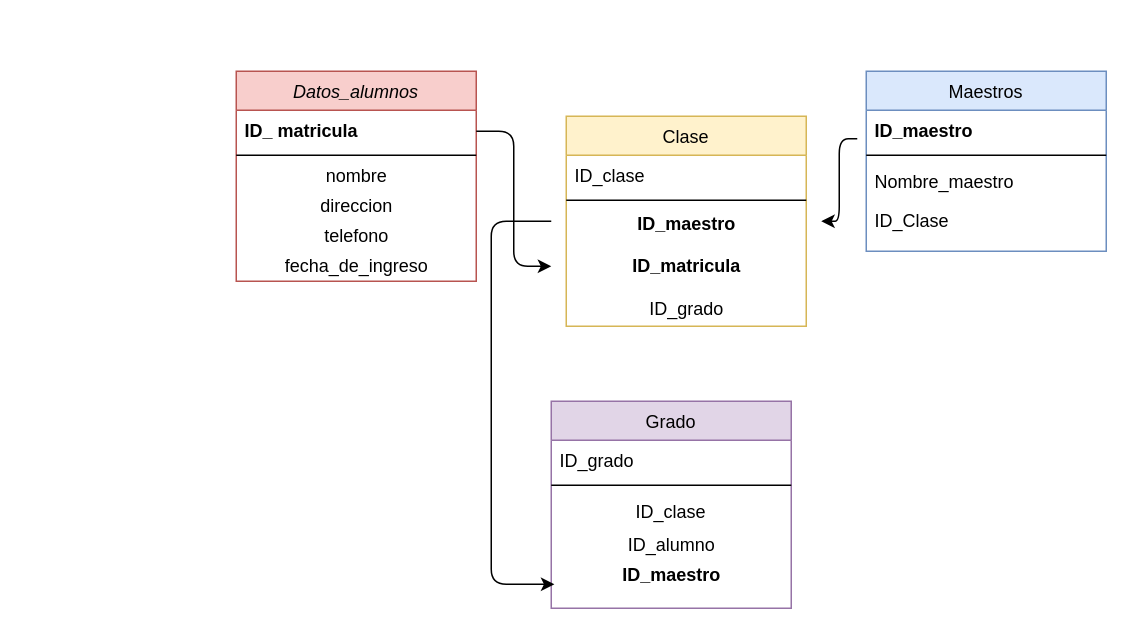
Before: Ham-School.drawio in Ham-School/-event_up-mer, a draw.io diagram. Source tidied: cells renumbered, new cells numbered last; positions are measured from the earlier drawing's top-left corner, leaving out a move shared by most shapes. Both pictures are drawn from the tidied source at 150%, with x=0, y=0 at pixel (236, 70).
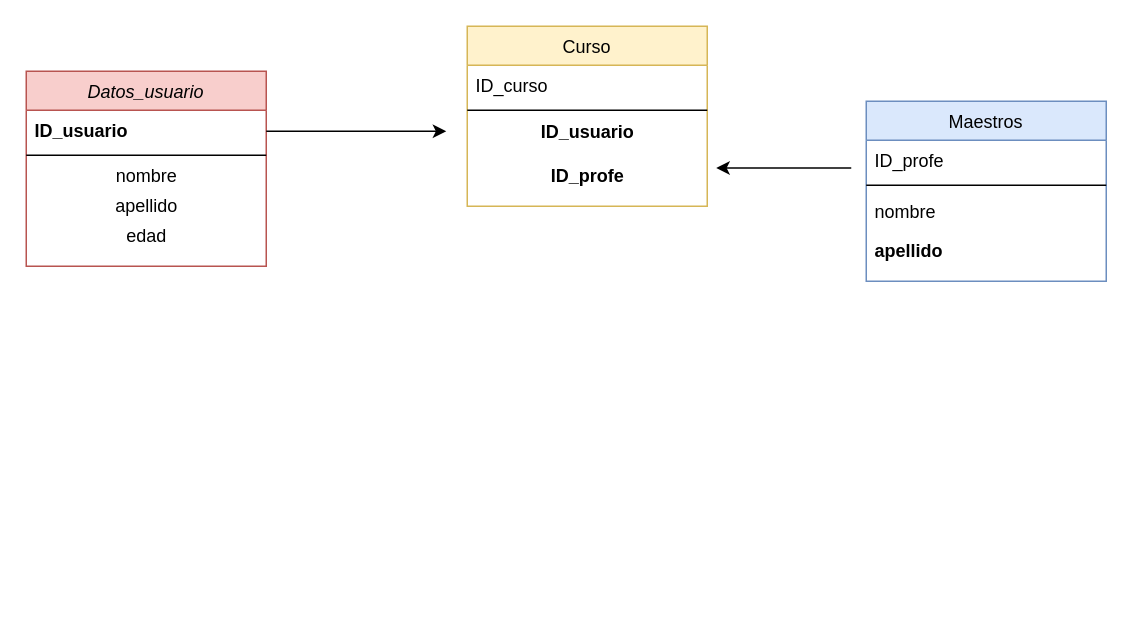
The same diagram, later.

The edit, as a diff of the source:
```diff
@@
-    <mxCell id="2" value="Datos_alumnos" style="swimlane;fontStyle=2;align=center;verticalAlign=top;horizontal=1;startSize=26;rounded=0;shadow=0;strokeWidth=1;fillColor=#f8cecc;strokeColor=#b85450;" parent="1" vertex="1">
-      <mxGeometry width="160" height="140" as="geometry" />
+    <mxCell id="2" value="Datos_usuario" style="swimlane;fontStyle=2;align=center;verticalAlign=top;horizontal=1;startSize=26;rounded=0;shadow=0;strokeWidth=1;fillColor=#f8cecc;strokeColor=#b85450;" parent="1" vertex="1">
+      <mxGeometry x="-140" width="160" height="130" as="geometry" />
     </mxCell>
-    <mxCell id="3" value="ID_ matricula" style="text;align=left;verticalAlign=top;spacingLeft=4;spacingRight=4;overflow=hidden;fontStyle=1;" parent="2" vertex="1">
+    <mxCell id="3" value="ID_usuario" style="text;align=left;verticalAlign=top;spacingLeft=4;spacingRight=4;overflow=hidden;fontStyle=1;" parent="2" vertex="1">
       <mxGeometry y="26" width="160" height="26" as="geometry" />
     </mxCell>
@@
-    <mxCell id="6" value="direccion" style="text;html=1;align=center;verticalAlign=middle;" parent="2" vertex="1">
-      <mxGeometry y="80" width="160" height="20" as="geometry" />
-    </mxCell>
-    <mxCell id="7" value="telefono" style="text;html=1;align=center;verticalAlign=middle;" parent="2" vertex="1">
-      <mxGeometry y="100" width="160" height="20" as="geometry" />
+    <mxCell id="7" value="apellido" style="text;html=1;align=center;verticalAlign=middle;" parent="2" vertex="1">
+      <mxGeometry y="80" width="160" height="20" as="geometry" />
     </mxCell>
-    <mxCell id="8" value="fecha_de_ingreso" style="text;html=1;align=center;verticalAlign=middle;" parent="2" vertex="1">
-      <mxGeometry y="120" width="160" height="20" as="geometry" />
+    <mxCell id="8" value="edad" style="text;html=1;align=center;verticalAlign=middle;" parent="2" vertex="1">
+      <mxGeometry y="100" width="160" height="20" as="geometry" />
     </mxCell>
-    <mxCell id="9" value="Clase" style="swimlane;fontStyle=0;align=center;verticalAlign=top;horizontal=1;startSize=26;rounded=0;shadow=0;strokeWidth=1;fillColor=#fff2cc;strokeColor=#d6b656;" parent="1" vertex="1">
-      <mxGeometry x="220" y="30" width="160" height="140" as="geometry" />
+    <mxCell id="9" value="Curso" style="swimlane;fontStyle=0;align=center;verticalAlign=top;horizontal=1;startSize=26;rounded=0;shadow=0;strokeWidth=1;fillColor=#fff2cc;strokeColor=#d6b656;" parent="1" vertex="1">
+      <mxGeometry x="154" y="-30" width="160" height="120" as="geometry" />
     </mxCell>
-    <mxCell id="10" value="ID_clase" style="text;align=left;verticalAlign=top;spacingLeft=4;spacingRight=4;overflow=hidden;" parent="9" vertex="1">
+    <mxCell id="10" value="ID_curso" style="text;align=left;verticalAlign=top;spacingLeft=4;spacingRight=4;overflow=hidden;" parent="9" vertex="1">
       <mxGeometry y="26" width="160" height="26" as="geometry" />
     </mxCell>
@@
-    <mxCell id="12" value="&lt;b&gt;ID_maestro&lt;/b&gt;&lt;br&gt;&lt;br&gt;&lt;b&gt;ID_matricula&lt;br&gt;&lt;/b&gt;&lt;br&gt;ID_grado" style="text;html=1;align=center;verticalAlign=middle;" parent="9" vertex="1">
-      <mxGeometry y="60" width="160" height="80" as="geometry" />
+    <mxCell id="12" value="&lt;b&gt;ID_usuario&lt;br&gt;&lt;br&gt;ID_profe&lt;br&gt;&lt;/b&gt;" style="text;html=1;align=center;verticalAlign=middle;" parent="9" vertex="1">
+      <mxGeometry y="60" width="160" height="50" as="geometry" />
     </mxCell>
     <mxCell id="13" value="Maestros" style="swimlane;fontStyle=0;align=center;verticalAlign=top;horizontal=1;startSize=26;rounded=0;shadow=0;strokeWidth=1;fillColor=#dae8fc;strokeColor=#6c8ebf;" parent="1" vertex="1">
-      <mxGeometry x="420" width="160" height="120" as="geometry" />
+      <mxGeometry x="420" y="20" width="160" height="120" as="geometry" />
     </mxCell>
+    <mxCell id="16" value="ID_profe" style="text;align=left;verticalAlign=top;spacingLeft=4;spacingRight=4;overflow=hidden;" parent="13" vertex="1">
+      <mxGeometry y="26" width="160" height="26" as="geometry" />
+    </mxCell>
+    <mxCell id="15" style="line;html=1;strokeWidth=1;align=left;verticalAlign=middle;spacingTop=-1;spacingLeft=3;spacingRight=3;labelPosition=right;" parent="13" vertex="1">
+      <mxGeometry y="52" width="160" height="8" as="geometry" />
+    </mxCell>
+    <mxCell id="17" value="nombre" style="text;align=left;verticalAlign=top;spacingLeft=4;spacingRight=4;overflow=hidden;" parent="13" vertex="1">
+      <mxGeometry y="60" width="160" height="26" as="geometry" />
+    </mxCell>
-    <mxCell id="14" value="ID_maestro" style="text;align=left;verticalAlign=top;spacingLeft=4;spacingRight=4;overflow=hidden;fontStyle=1;" parent="13" vertex="1">
-      <mxGeometry y="26" width="160" height="26" as="geometry" />
+    <mxCell id="14" value="apellido" style="text;align=left;verticalAlign=top;spacingLeft=4;spacingRight=4;overflow=hidden;fontStyle=1;" parent="13" vertex="1">
+      <mxGeometry y="86" width="160" height="26" as="geometry" />
     </mxCell>
-    <mxCell id="15" style="line;html=1;strokeWidth=1;align=left;verticalAlign=middle;spacingTop=-1;spacingLeft=3;spacingRight=3;labelPosition=right;" parent="13" vertex="1">
-      <mxGeometry y="52" width="160" height="8" as="geometry" />
-    </mxCell>
-    <mxCell id="16" value="Nombre_maestro" style="text;align=left;verticalAlign=top;spacingLeft=4;spacingRight=4;overflow=hidden;" parent="13" vertex="1">
-      <mxGeometry y="60" width="160" height="26" as="geometry" />
-    </mxCell>
-    <mxCell id="17" value="ID_Clase" style="text;align=left;verticalAlign=top;spacingLeft=4;spacingRight=4;overflow=hidden;" parent="13" vertex="1">
-      <mxGeometry y="86" width="160" height="26" as="geometry" />
-    </mxCell>
-    <mxCell id="18" value="Grado" style="swimlane;fontStyle=0;align=center;verticalAlign=top;horizontal=1;startSize=26;rounded=0;shadow=0;strokeWidth=1;fillColor=#e1d5e7;strokeColor=#9673a6;" parent="1" vertex="1">
-      <mxGeometry x="210" y="220" width="160" height="138" as="geometry" />
-    </mxCell>
-    <mxCell id="19" value="ID_grado" style="text;align=left;verticalAlign=top;spacingLeft=4;spacingRight=4;overflow=hidden;" parent="18" vertex="1">
-      <mxGeometry y="26" width="160" height="26" as="geometry" />
-    </mxCell>
-    <mxCell id="20" style="line;html=1;strokeWidth=1;align=left;verticalAlign=middle;spacingTop=-1;spacingLeft=3;spacingRight=3;labelPosition=right;" parent="18" vertex="1">
-      <mxGeometry y="52" width="160" height="8" as="geometry" />
-    </mxCell>
-    <mxCell id="21" value="ID_clase" style="text;align=center;verticalAlign=top;spacingLeft=4;spacingRight=4;overflow=hidden;" parent="18" vertex="1">
-      <mxGeometry y="60" width="160" height="26" as="geometry" />
-    </mxCell>
-    <mxCell id="22" value="ID_alumno" style="text;html=1;align=center;verticalAlign=middle;" parent="18" vertex="1">
-      <mxGeometry y="86" width="160" height="20" as="geometry" />
-    </mxCell>
-    <mxCell id="23" value="&lt;b&gt;ID_maestro&lt;/b&gt;" style="text;html=1;align=center;verticalAlign=middle;points=[];" parent="18" vertex="1">
-      <mxGeometry y="106" width="160" height="20" as="geometry" />
-    </mxCell>
-    <mxCell id="24" style="edgeStyle=elbowEdgeStyle;elbow=horizontal;endArrow=classic;html=1;" parent="1" edge="1">
-      <mxGeometry relative="1" as="geometry">
-        <mxPoint x="414" y="45" as="sourcePoint" />
-        <mxPoint x="390" y="100" as="targetPoint" />
-      </mxGeometry>
-    </mxCell>
-    <mxCell id="25" style="edgeStyle=elbowEdgeStyle;elbow=horizontal;endArrow=classic;html=1;" parent="1" edge="1">
-      <mxGeometry relative="1" as="geometry">
-        <mxPoint x="160" y="40" as="sourcePoint" />
-        <mxPoint x="210" y="130" as="targetPoint" />
-      </mxGeometry>
-    </mxCell>
-    <mxCell id="26" style="edgeStyle=elbowEdgeStyle;elbow=horizontal;endArrow=classic;html=1;entryX=0.013;entryY=0.8;entryDx=0;entryDy=0;entryPerimeter=0;" parent="1" edge="1" target="23">
-      <mxGeometry relative="1" as="geometry">
-        <mxPoint x="210" y="100" as="sourcePoint" />
-        <Array as="points">
-          <mxPoint x="170" y="110" />
-          <mxPoint x="190" y="190" />
-        </Array>
-      </mxGeometry>
-    </mxCell>
+    <mxCell id="27" style="endArrow=classic;html=1;" parent="1" edge="1">
+      <mxGeometry relative="1" as="geometry">
+        <mxPoint x="20" y="40" as="sourcePoint" />
+        <mxPoint x="140" y="40" as="targetPoint" />
+      </mxGeometry>
+    </mxCell>
+    <mxCell id="28" style="endArrow=classic;html=1;" parent="1" edge="1">
+      <mxGeometry relative="1" as="geometry">
+        <mxPoint x="410" y="64.5" as="sourcePoint" />
+        <mxPoint x="320" y="64.5" as="targetPoint" />
+      </mxGeometry>
+    </mxCell>
```
